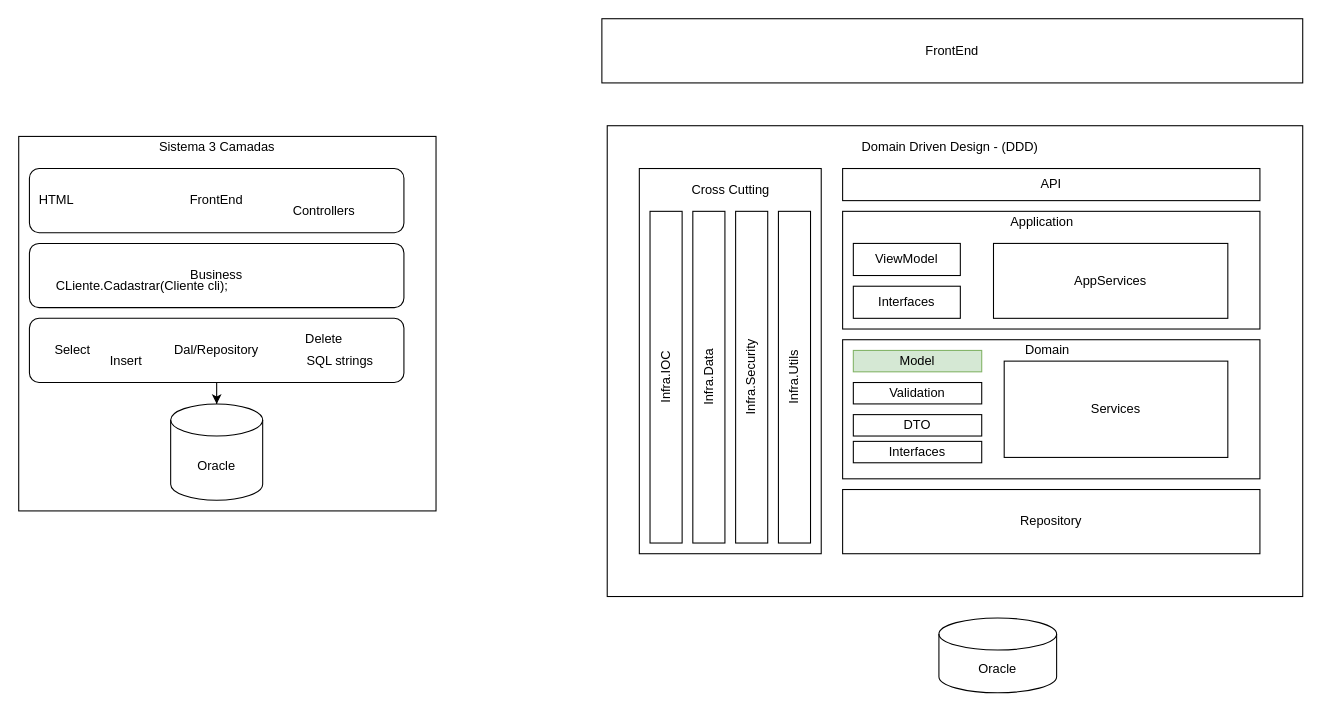
This is page "DDD" (1 of 4) of docs/diagrams.drawio from lfv500/LuBank, a draw.io file, before an edit. Source tidied: cells renumbered, new cells numbered last; positions are measured from the earlier drawing's top-left corner, leaving out a move shared by most shapes. Both pictures are drawn from the tidied source at 107%, with x=0, y=0 at pixel (18, 18).
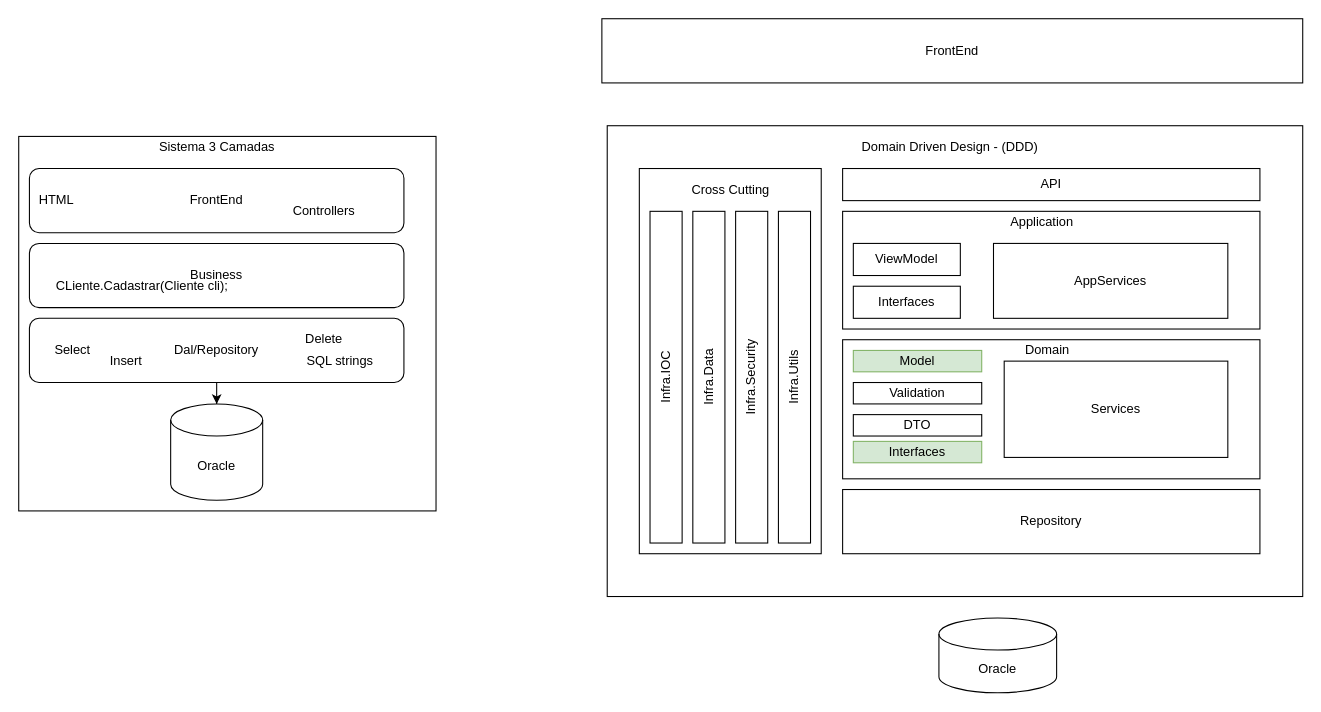
The same page after the edit.

The edit, as a diff of the source:
```diff
@@
-    <mxCell id="36" value="Interfaces" style="rounded=0;whiteSpace=wrap;html=1;" parent="1" vertex="1">
+    <mxCell id="36" value="Interfaces" style="rounded=0;whiteSpace=wrap;html=1;fillColor=#d5e8d4;strokeColor=#82b366;" parent="1" vertex="1">
       <mxGeometry x="780" y="395" width="120" height="20" as="geometry" />
     </mxCell>
```
